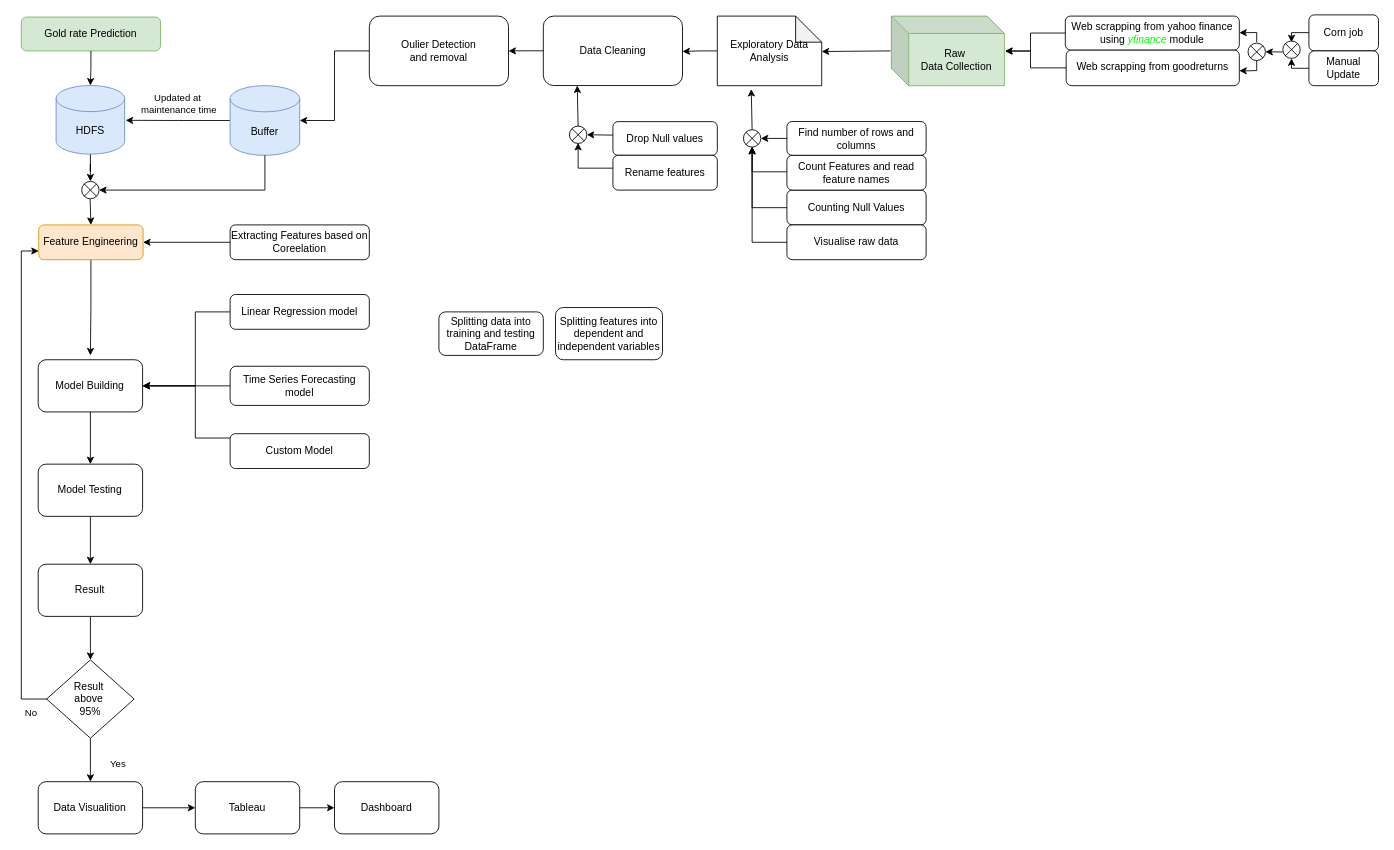
The draw.io diagram Documents/Flowchart_2.drawio in B2-Abhishek-83653/Project_DBDA_Gold_Price_Prediction, before the edit. Source tidied: cells renumbered, new cells numbered last; positions are measured from the earlier drawing's top-left corner, leaving out a move shared by most shapes. Both pictures are drawn from the tidied source at 87%, with x=0, y=0 at pixel (21, 15).
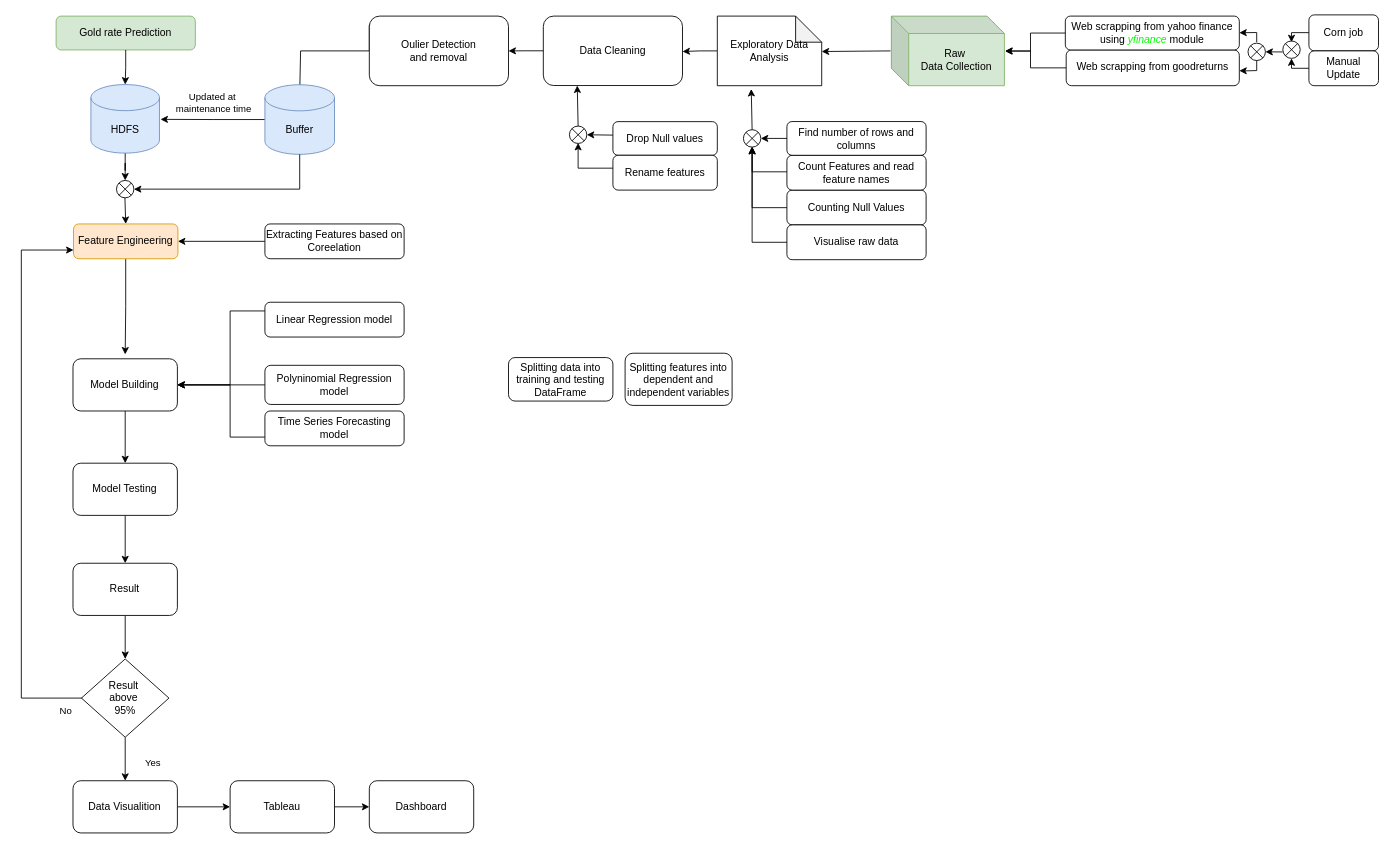
After the change.

The change refers to these unchanged cells:
```xml
<mxCell id="73" value="Oulier Detection&lt;div&gt;and removal&lt;/div&gt;" style="rounded=1;whiteSpace=wrap;html=1;" parent="1" vertex="1">
  <mxGeometry x="400" y="1" width="160" height="80" as="geometry" />
</mxCell>
```

The edit, as a diff of the source:
```diff
@@
     <mxCell id="2" value="Gold rate Prediction" style="rounded=1;whiteSpace=wrap;html=1;fontSize=12;glass=0;strokeWidth=1;shadow=0;fillColor=#d5e8d4;strokeColor=#82b366;" parent="1" vertex="1">
-      <mxGeometry y="2.1" width="160" height="38.9" as="geometry" />
+      <mxGeometry x="40" y="1" width="160" height="38.9" as="geometry" />
     </mxCell>
@@
     <mxCell id="9" value="HDFS" style="shape=cylinder3;whiteSpace=wrap;html=1;boundedLbl=1;backgroundOutline=1;size=15;fillColor=#dae8fc;strokeColor=#6c8ebf;" parent="1" vertex="1">
-      <mxGeometry x="40" y="80.8" width="78.8" height="78.8" as="geometry" />
+      <mxGeometry x="80" y="79.7" width="78.8" height="78.8" as="geometry" />
     </mxCell>
@@
     <mxCell id="11" style="edgeStyle=orthogonalEdgeStyle;rounded=0;jettySize=auto;html=1;" parent="1" edge="1" source="12">
       <mxGeometry relative="1" as="geometry">
-        <mxPoint x="79.4" y="391" as="targetPoint" />
+        <mxPoint x="119.4" y="389.9" as="targetPoint" />
       </mxGeometry>
     </mxCell>
     <mxCell id="12" value="Feature Engineering" style="rounded=1;whiteSpace=wrap;html=1;fillColor=#ffe6cc;strokeColor=#d79b00;" parent="1" vertex="1">
-      <mxGeometry x="20" y="241" width="120" height="40" as="geometry" />
+      <mxGeometry x="60" y="239.9" width="120" height="40" as="geometry" />
     </mxCell>
@@
     <mxCell id="14" value="Model Building" style="rounded=1;whiteSpace=wrap;html=1;" parent="1" vertex="1">
-      <mxGeometry x="19.4" y="396" width="120" height="60" as="geometry" />
+      <mxGeometry x="59.4" y="394.9" width="120" height="60" as="geometry" />
     </mxCell>
     <mxCell id="15" style="edgeStyle=orthogonalEdgeStyle;rounded=0;jettySize=auto;html=1;entryX=1;entryY=0.5;entryDx=0;entryDy=0;" parent="1" edge="1" source="16" target="14">
       <mxGeometry relative="1" as="geometry">
         <Array as="points">
-          <mxPoint x="200" y="341" />
-          <mxPoint x="200" y="426" />
+          <mxPoint x="240" y="339.9" />
+          <mxPoint x="240" y="424.9" />
         </Array>
       </mxGeometry>
     </mxCell>
     <mxCell id="16" value="Linear Regression model" style="rounded=1;whiteSpace=wrap;html=1;" parent="1" vertex="1">
-      <mxGeometry x="240" y="321" width="160" height="40" as="geometry" />
+      <mxGeometry x="280" y="329.9" width="160" height="40" as="geometry" />
     </mxCell>
@@
-    <mxCell id="18" value="Time Series F&lt;span style=&quot;background-color: initial;&quot;&gt;orecasting model&lt;/span&gt;" style="rounded=1;whiteSpace=wrap;html=1;" parent="1" vertex="1">
-      <mxGeometry x="240" y="403.5" width="160" height="45" as="geometry" />
+    <mxCell id="18" value="Polyninomial Regression model" style="rounded=1;whiteSpace=wrap;html=1;" parent="1" vertex="1">
+      <mxGeometry x="280" y="402.4" width="160" height="45" as="geometry" />
     </mxCell>
     <mxCell id="19" style="edgeStyle=orthogonalEdgeStyle;rounded=0;jettySize=auto;html=1;entryX=1;entryY=0.5;entryDx=0;entryDy=0;" parent="1" edge="1" source="20" target="14">
       <mxGeometry relative="1" as="geometry">
         <Array as="points">
-          <mxPoint x="200" y="486" />
-          <mxPoint x="200" y="426" />
+          <mxPoint x="240" y="484.9" />
+          <mxPoint x="240" y="424.9" />
         </Array>
       </mxGeometry>
     </mxCell>
-    <mxCell id="20" value="Custom Model" style="rounded=1;whiteSpace=wrap;html=1;" parent="1" vertex="1">
-      <mxGeometry x="240" y="481" width="160" height="40" as="geometry" />
+    <mxCell id="20" value="Time Series F&lt;span style=&quot;background-color: initial;&quot;&gt;orecasting model&lt;/span&gt;" style="rounded=1;whiteSpace=wrap;html=1;" parent="1" vertex="1">
+      <mxGeometry x="280" y="454.9" width="160" height="40" as="geometry" />
     </mxCell>
@@
     <mxCell id="22" value="Model Testing" style="rounded=1;whiteSpace=wrap;html=1;" parent="1" vertex="1">
-      <mxGeometry x="19.4" y="516" width="120" height="60" as="geometry" />
+      <mxGeometry x="59.4" y="514.9" width="120" height="60" as="geometry" />
     </mxCell>
@@
     <mxCell id="24" value="Result" style="rounded=1;whiteSpace=wrap;html=1;" parent="1" vertex="1">
-      <mxGeometry x="19.4" y="631" width="120" height="60" as="geometry" />
+      <mxGeometry x="59.4" y="629.9" width="120" height="60" as="geometry" />
     </mxCell>
@@
     <mxCell id="27" style="edgeStyle=orthogonalEdgeStyle;rounded=0;orthogonalLoop=1;jettySize=auto;html=1;" parent="1" edge="1">
       <mxGeometry relative="1" as="geometry">
-        <mxPoint x="39.1" y="786" as="sourcePoint" />
-        <mxPoint x="20" y="271" as="targetPoint" />
+        <mxPoint x="79.1" y="784.9" as="sourcePoint" />
+        <mxPoint x="60" y="269.9" as="targetPoint" />
         <Array as="points">
-          <mxPoint y="786" />
-          <mxPoint y="271" />
+          <mxPoint y="785" />
+          <mxPoint y="270" />
         </Array>
       </mxGeometry>
     </mxCell>
     <mxCell id="28" value="Result&amp;nbsp;&lt;div&gt;above&amp;nbsp;&lt;/div&gt;&lt;div&gt;95%&lt;/div&gt;" style="rhombus;whiteSpace=wrap;html=1;" parent="1" vertex="1">
-      <mxGeometry x="29.1" y="741" width="100.6" height="90" as="geometry" />
+      <mxGeometry x="69.1" y="739.9" width="100.6" height="90" as="geometry" />
     </mxCell>
@@
     <mxCell id="30" value="Data Visualition" style="rounded=1;whiteSpace=wrap;html=1;" parent="1" vertex="1">
-      <mxGeometry x="19.4" y="881" width="120" height="60" as="geometry" />
+      <mxGeometry x="59.4" y="879.9" width="120" height="60" as="geometry" />
     </mxCell>
     <mxCell id="31" value="Dashboard" style="rounded=1;whiteSpace=wrap;html=1;" parent="1" vertex="1">
-      <mxGeometry x="360" y="881" width="120" height="60" as="geometry" />
+      <mxGeometry x="400" y="879.9" width="120" height="60" as="geometry" />
     </mxCell>
@@
     <mxCell id="33" value="Tableau" style="rounded=1;whiteSpace=wrap;html=1;" parent="1" vertex="1">
-      <mxGeometry x="200" y="881" width="120" height="60" as="geometry" />
+      <mxGeometry x="240" y="879.9" width="120" height="60" as="geometry" />
     </mxCell>
-    <mxCell id="34" style="edgeStyle=orthogonalEdgeStyle;rounded=0;jettySize=auto;html=1;entryX=1;entryY=0.5;entryDx=0;entryDy=0;entryPerimeter=0;" parent="1" edge="1" source="73" target="51">
-      <mxGeometry relative="1" as="geometry" />
+    <mxCell id="34" style="edgeStyle=orthogonalEdgeStyle;rounded=0;orthogonalLoop=1;jettySize=auto;html=1;entryX=1;entryY=0.5;entryDx=0;entryDy=0;entryPerimeter=0;" parent="1" edge="1">
+      <mxGeometry relative="1" as="geometry">
+        <mxPoint x="400" y="11" as="sourcePoint" />
+        <mxPoint x="320" y="91" as="targetPoint" />
+        <Array as="points">
+          <mxPoint x="400" y="41" />
+          <mxPoint x="321" y="41" />
+        </Array>
+      </mxGeometry>
     </mxCell>
@@
     <mxCell id="37" value="Extracting Features based on Coreelation" style="rounded=1;whiteSpace=wrap;html=1;" parent="1" vertex="1">
-      <mxGeometry x="240" y="241" width="160" height="40" as="geometry" />
+      <mxGeometry x="280" y="239.9" width="160" height="40" as="geometry" />
     </mxCell>
@@
     <mxCell id="46" value="Yes" style="edgeLabel;html=1;align=center;verticalAlign=middle;" parent="1" vertex="1">
-      <mxGeometry x="110.4" y="860.8" as="geometry" />
+      <mxGeometry x="150.4" y="859.7" as="geometry" />
     </mxCell>
     <mxCell id="47" value="Splitting features into dependent and independent variables" style="rounded=1;whiteSpace=wrap;html=1;" parent="1" vertex="1">
-      <mxGeometry x="614" y="336" width="123" height="60" as="geometry" />
+      <mxGeometry x="694" y="388.5" width="123" height="60" as="geometry" />
     </mxCell>
     <mxCell id="48" value="Splitting data into training and testing DataFrame" style="rounded=1;whiteSpace=wrap;html=1;" parent="1" vertex="1">
-      <mxGeometry x="480" y="341" width="120" height="50" as="geometry" />
+      <mxGeometry x="560" y="393.5" width="120" height="50" as="geometry" />
     </mxCell>
     <mxCell id="49" style="edgeStyle=orthogonalEdgeStyle;rounded=0;jettySize=auto;html=1;" parent="1" edge="1" source="51">
       <mxGeometry relative="1" as="geometry">
-        <mxPoint x="120" y="120.8" as="targetPoint" />
+        <mxPoint x="160" y="119.7" as="targetPoint" />
       </mxGeometry>
     </mxCell>
@@
     <mxCell id="51" value="&lt;div&gt;&lt;span style=&quot;background-color: initial;&quot;&gt;Buffer&lt;/span&gt;&lt;br&gt;&lt;/div&gt;" style="shape=cylinder3;whiteSpace=wrap;html=1;boundedLbl=1;backgroundOutline=1;size=15;fillColor=#dae8fc;strokeColor=#6c8ebf;" parent="1" vertex="1">
-      <mxGeometry x="240" y="81" width="80" height="80" as="geometry" />
+      <mxGeometry x="280" y="79.9" width="80" height="80" as="geometry" />
     </mxCell>
     <mxCell id="52" style="endArrow=classic;html=1;rounded=0;exitX=0.5;exitY=1;exitDx=0;exitDy=0;exitPerimeter=0;entryX=1;entryY=0.5;entryDx=0;entryDy=0;entryPerimeter=0;" parent="1" edge="1" source="51" target="76">
       <mxGeometry relative="1" as="geometry">
         <Array as="points">
-          <mxPoint x="280" y="201" />
+          <mxPoint x="320" y="199.9" />
         </Array>
       </mxGeometry>
     </mxCell>
     <mxCell id="53" style="endArrow=classic;html=1;rounded=0;" parent="1" edge="1">
       <mxGeometry relative="1" as="geometry">
-        <mxPoint x="79.1" y="211" as="sourcePoint" />
-        <mxPoint x="80" y="241" as="targetPoint" />
+        <mxPoint x="119.1" y="209.9" as="sourcePoint" />
+        <mxPoint x="120" y="239.9" as="targetPoint" />
       </mxGeometry>
     </mxCell>
@@
     <mxCell id="76" style="verticalLabelPosition=bottom;verticalAlign=top;html=1;shape=mxgraph.flowchart.or;" parent="1" vertex="1">
-      <mxGeometry x="69.4" y="191" width="20" height="20" as="geometry" />
+      <mxGeometry x="109.4" y="189.9" width="20" height="20" as="geometry" />
     </mxCell>
```
